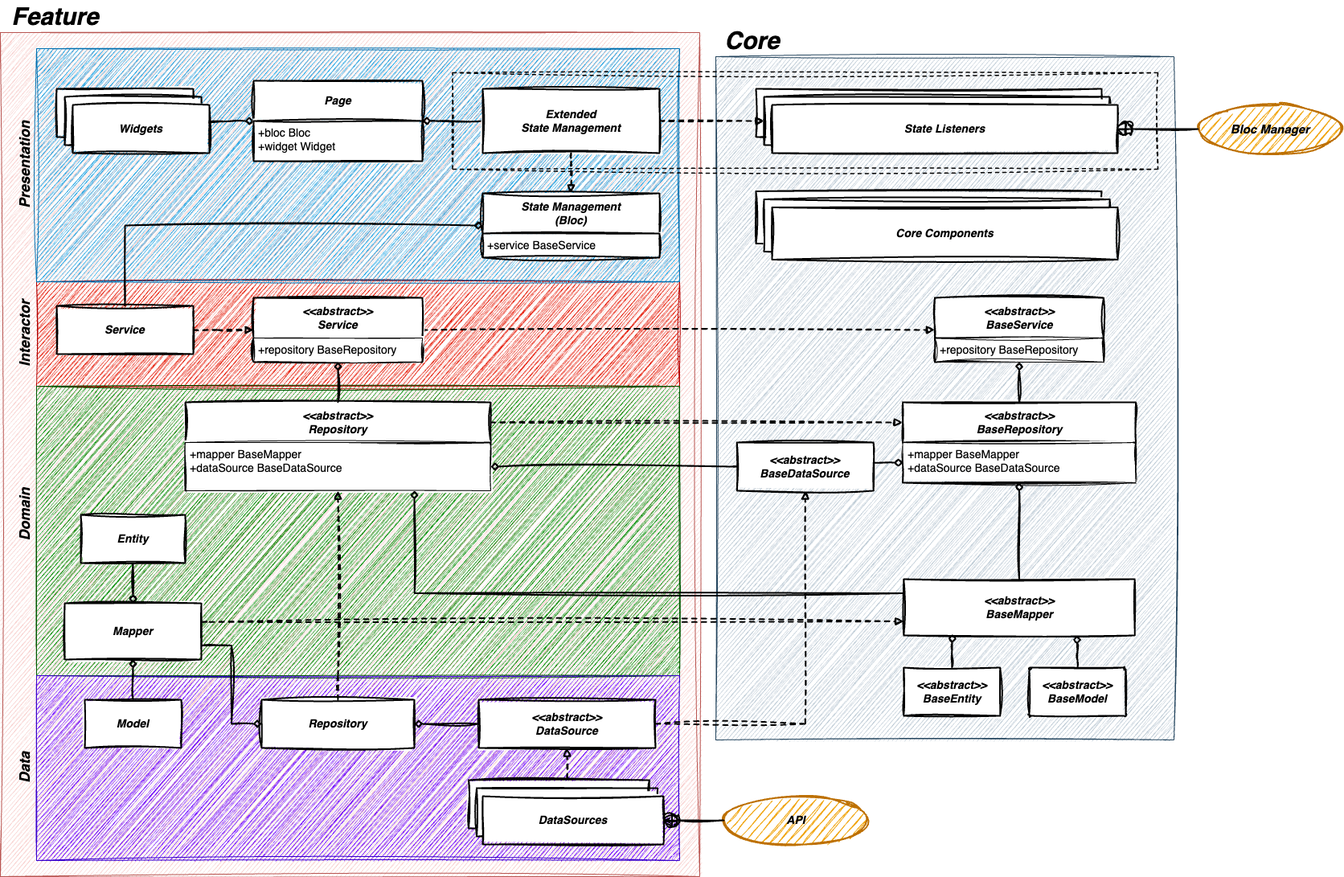
Earlier version of the draw.io export architecture.drawio.png (hamed-rezaee/flutter_component_architecture_poc). Source tidied: cells renumbered, new cells last; positions are measured from the earlier drawing's top-left corner, leaving out a move shared by most shapes.
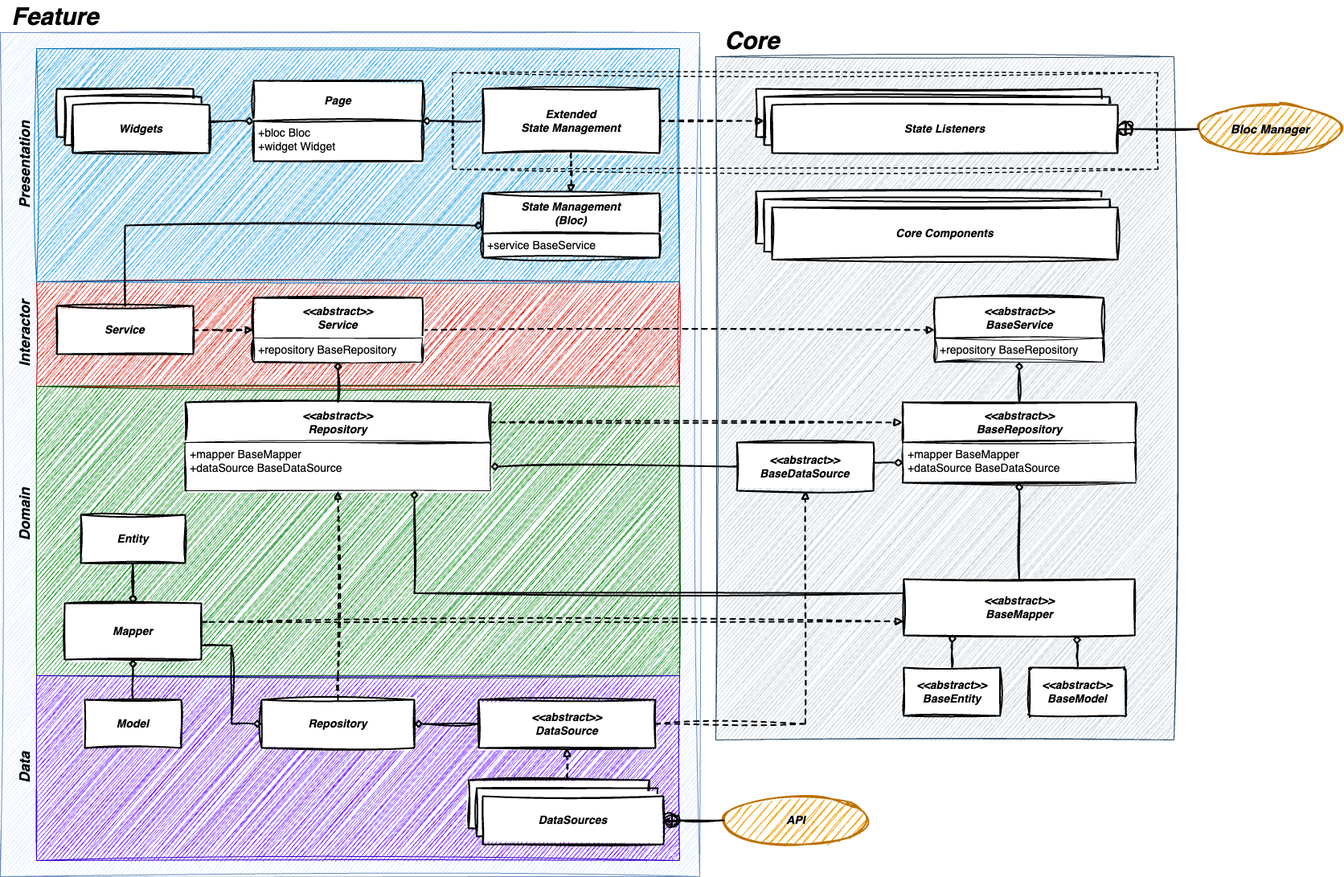
Later version of the same file.

Commit message:
update architecture diagram

Diff of the diagram source:
```diff
@@ -2,7 +2,7 @@
   <root>
     <mxCell id="0" />
     <mxCell id="1" parent="0" />
-    <mxCell id="2" style="rounded=0;whiteSpace=wrap;html=1;sketch=1;curveFitting=1;jiggle=2;fillColor=#f8cecc;strokeColor=#b85450;" parent="1" vertex="1">
+    <mxCell id="2" style="rounded=0;whiteSpace=wrap;html=1;sketch=1;curveFitting=1;jiggle=2;fillColor=#dae8fc;strokeColor=#6c8ebf;" parent="1" vertex="1">
       <mxGeometry y="40" width="870" height="1050" as="geometry" />
     </mxCell>
     <mxCell id="3" style="rounded=0;whiteSpace=wrap;html=1;fillColor=#e51400;strokeColor=#B20000;sketch=1;curveFitting=1;jiggle=2;fontColor=#ffffff;" parent="1" vertex="1">
```
